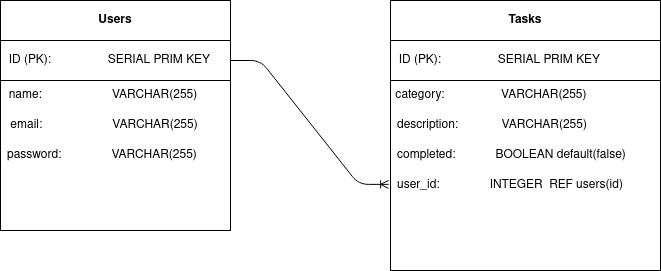
Earlier version of the draw.io export db/schema/Untitled Diagram.png (Justin1002/smartToDoList). Source tidied: cells renumbered, new cells last; positions are measured from the earlier drawing's top-left corner, leaving out a move shared by most shapes.
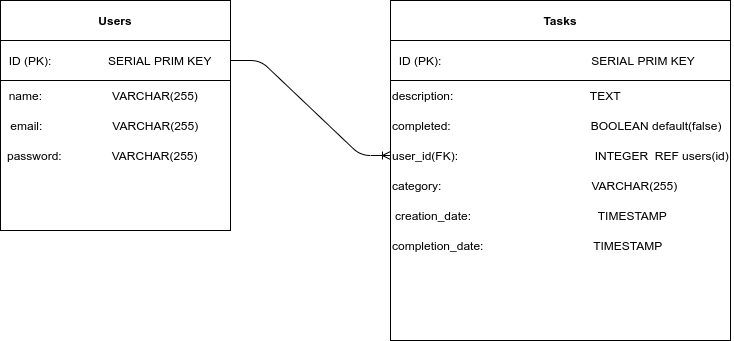
The same file after the commit.

What changed in the source:
```diff
@@ -21,28 +21,34 @@
       <mxGeometry x="5" y="140" width="220" height="30" as="geometry" />
     </mxCell>
     <mxCell id="8" style="whiteSpace=wrap;html=1;" parent="1" vertex="1">
-      <mxGeometry x="390" width="270" height="270" as="geometry" />
+      <mxGeometry x="390" width="340" height="340" as="geometry" />
     </mxCell>
     <mxCell id="9" value="&lt;b&gt;Tasks&lt;/b&gt;" style="text;html=1;fillColor=none;align=center;verticalAlign=middle;whiteSpace=wrap;rounded=0;strokeColor=#000000;" parent="1" vertex="1">
-      <mxGeometry x="390" width="270" height="40" as="geometry" />
+      <mxGeometry x="390" width="340" height="40" as="geometry" />
     </mxCell>
-    <mxCell id="10" value="&lt;div align=&quot;left&quot;&gt;&amp;nbsp; ID (PK):&amp;nbsp;&amp;nbsp;&amp;nbsp;&amp;nbsp;&amp;nbsp;&amp;nbsp;&amp;nbsp;&amp;nbsp;&amp;nbsp;&amp;nbsp;&amp;nbsp;&amp;nbsp;&amp;nbsp;&amp;nbsp;&amp;nbsp;&amp;nbsp; SERIAL PRIM KEY&lt;br&gt;&lt;/div&gt;" style="text;html=1;fillColor=none;align=left;verticalAlign=middle;whiteSpace=wrap;rounded=0;strokeColor=#000000;" parent="1" vertex="1">
-      <mxGeometry x="390" y="40" width="270" height="40" as="geometry" />
+    <mxCell id="10" value="&lt;div align=&quot;left&quot;&gt;&amp;nbsp; ID (PK):&amp;nbsp; &amp;nbsp; &amp;nbsp; &amp;nbsp; &amp;nbsp; &amp;nbsp; &amp;nbsp; &amp;nbsp; &amp;nbsp; &amp;nbsp; &amp;nbsp; &amp;nbsp; &amp;nbsp; &amp;nbsp; &amp;nbsp; &amp;nbsp; &amp;nbsp; &amp;nbsp; &amp;nbsp; &amp;nbsp; &amp;nbsp; &amp;nbsp; &amp;nbsp;SERIAL PRIM KEY&lt;br&gt;&lt;/div&gt;" style="text;html=1;fillColor=none;align=left;verticalAlign=middle;whiteSpace=wrap;rounded=0;strokeColor=#000000;" parent="1" vertex="1">
+      <mxGeometry x="390" y="40" width="340" height="40" as="geometry" />
     </mxCell>
-    <mxCell id="11" value="&amp;nbsp;category:&amp;nbsp;&amp;nbsp;&amp;nbsp;&amp;nbsp;&amp;nbsp;&amp;nbsp;&amp;nbsp;&amp;nbsp;&amp;nbsp;&amp;nbsp;&amp;nbsp;&amp;nbsp;&amp;nbsp;&amp;nbsp;&amp;nbsp;&amp;nbsp; VARCHAR(255)" style="text;html=1;strokeColor=none;fillColor=none;align=left;verticalAlign=middle;whiteSpace=wrap;rounded=0;" parent="1" vertex="1">
-      <mxGeometry x="390" y="80" width="240" height="30" as="geometry" />
-    </mxCell>
-    <mxCell id="12" value="description:&amp;nbsp;&amp;nbsp;&amp;nbsp;&amp;nbsp;&amp;nbsp;&amp;nbsp;&amp;nbsp;&amp;nbsp;&amp;nbsp;&amp;nbsp;&amp;nbsp;&amp;nbsp; VARCHAR(255)" style="text;html=1;strokeColor=none;fillColor=none;align=left;verticalAlign=middle;whiteSpace=wrap;rounded=0;" parent="1" vertex="1">
-      <mxGeometry x="395" y="110" width="235" height="30" as="geometry" />
+    <mxCell id="12" value="description:&amp;nbsp; &amp;nbsp; &amp;nbsp; &amp;nbsp; &amp;nbsp; &amp;nbsp; &amp;nbsp; &amp;nbsp; &amp;nbsp; &amp;nbsp; &amp;nbsp; &amp;nbsp; &amp;nbsp; &amp;nbsp; &amp;nbsp; &amp;nbsp; &amp;nbsp; &amp;nbsp; &amp;nbsp; &amp;nbsp; &amp;nbsp;TEXT" style="text;html=1;strokeColor=none;fillColor=none;align=left;verticalAlign=middle;whiteSpace=wrap;rounded=0;" parent="1" vertex="1">
+      <mxGeometry x="390" y="80" width="335" height="30" as="geometry" />
     </mxCell>
-    <mxCell id="13" value="completed:&amp;nbsp;&amp;nbsp;&amp;nbsp;&amp;nbsp;&amp;nbsp;&amp;nbsp;&amp;nbsp;&amp;nbsp;&amp;nbsp;&amp;nbsp;&amp;nbsp; BOOLEAN default(false)" style="text;html=1;strokeColor=none;fillColor=none;align=left;verticalAlign=middle;whiteSpace=wrap;rounded=0;" parent="1" vertex="1">
-      <mxGeometry x="395" y="140" width="235" height="30" as="geometry" />
+    <mxCell id="13" value="completed:&amp;nbsp; &amp;nbsp; &amp;nbsp; &amp;nbsp; &amp;nbsp; &amp;nbsp; &amp;nbsp; &amp;nbsp; &amp;nbsp; &amp;nbsp; &amp;nbsp; &amp;nbsp; &amp;nbsp; &amp;nbsp; &amp;nbsp; &amp;nbsp; &amp;nbsp; &amp;nbsp; &amp;nbsp; &amp;nbsp; &amp;nbsp; BOOLEAN default(false)" style="text;html=1;strokeColor=none;fillColor=none;align=left;verticalAlign=middle;whiteSpace=wrap;rounded=0;" parent="1" vertex="1">
+      <mxGeometry x="390" y="110" width="335" height="30" as="geometry" />
     </mxCell>
-    <mxCell id="14" value="user_id:&amp;nbsp;&amp;nbsp;&amp;nbsp;&amp;nbsp;&amp;nbsp;&amp;nbsp;&amp;nbsp;&amp;nbsp;&amp;nbsp;&amp;nbsp;&amp;nbsp;&amp;nbsp;&amp;nbsp;&amp;nbsp; INTEGER&amp;nbsp; REF users(id)" style="text;html=1;strokeColor=none;fillColor=none;align=left;verticalAlign=middle;whiteSpace=wrap;rounded=0;" parent="1" vertex="1">
-      <mxGeometry x="395" y="170" width="255" height="30" as="geometry" />
+    <mxCell id="14" value="user_id(FK):&amp;nbsp; &amp;nbsp; &amp;nbsp; &amp;nbsp; &amp;nbsp; &amp;nbsp; &amp;nbsp; &amp;nbsp; &amp;nbsp; &amp;nbsp; &amp;nbsp; &amp;nbsp; &amp;nbsp; &amp;nbsp; &amp;nbsp; &amp;nbsp; &amp;nbsp; &amp;nbsp; &amp;nbsp; &amp;nbsp; &amp;nbsp;INTEGER&amp;nbsp; REF users(id)" style="text;html=1;strokeColor=none;fillColor=none;align=left;verticalAlign=middle;whiteSpace=wrap;rounded=0;" parent="1" vertex="1">
+      <mxGeometry x="390" y="140" width="340" height="30" as="geometry" />
     </mxCell>
-    <mxCell id="15" style="edgeStyle=entityRelationEdgeStyle;fontSize=12;html=1;endArrow=ERoneToMany;exitX=1;exitY=0.5;exitDx=0;exitDy=0;entryX=-0.007;entryY=0.681;entryDx=0;entryDy=0;entryPerimeter=0;" parent="1" edge="1" source="4" target="8">
+    <mxCell id="15" style="edgeStyle=entityRelationEdgeStyle;fontSize=12;html=1;endArrow=ERoneToMany;exitX=1;exitY=0.5;exitDx=0;exitDy=0;entryX=0;entryY=0.5;entryDx=0;entryDy=0;" parent="1" edge="1" source="4" target="14">
       <mxGeometry relative="1" as="geometry" />
     </mxCell>
+    <mxCell id="16" value="creation_date:&amp;nbsp; &amp;nbsp; &amp;nbsp; &amp;nbsp; &amp;nbsp; &amp;nbsp; &amp;nbsp; &amp;nbsp; &amp;nbsp; &amp;nbsp; &amp;nbsp; &amp;nbsp; &amp;nbsp; &amp;nbsp; &amp;nbsp; &amp;nbsp; &amp;nbsp; &amp;nbsp; &amp;nbsp; TIMESTAMP" style="text;html=1;strokeColor=none;fillColor=none;align=left;verticalAlign=middle;whiteSpace=wrap;rounded=0;" parent="1" vertex="1">
+      <mxGeometry x="392.5" y="200" width="340" height="30" as="geometry" />
+    </mxCell>
+    <mxCell id="11" value="category:&amp;nbsp; &amp;nbsp; &amp;nbsp; &amp;nbsp; &amp;nbsp; &amp;nbsp; &amp;nbsp; &amp;nbsp; &amp;nbsp; &amp;nbsp; &amp;nbsp; &amp;nbsp; &amp;nbsp; &amp;nbsp; &amp;nbsp; &amp;nbsp; &amp;nbsp; &amp;nbsp; &amp;nbsp; &amp;nbsp; &amp;nbsp; &amp;nbsp; &amp;nbsp;VARCHAR(255)" style="text;html=1;strokeColor=none;fillColor=none;align=left;verticalAlign=middle;whiteSpace=wrap;rounded=0;" parent="1" vertex="1">
+      <mxGeometry x="390" y="170" width="340" height="30" as="geometry" />
+    </mxCell>
+    <mxCell id="17" value="completion_date:&amp;nbsp; &amp;nbsp; &amp;nbsp; &amp;nbsp; &amp;nbsp; &amp;nbsp; &amp;nbsp; &amp;nbsp; &amp;nbsp; &amp;nbsp; &amp;nbsp; &amp;nbsp; &amp;nbsp; &amp;nbsp; &amp;nbsp; &amp;nbsp; &amp;nbsp;TIMESTAMP" style="text;html=1;strokeColor=none;fillColor=none;align=left;verticalAlign=middle;whiteSpace=wrap;rounded=0;" parent="1" vertex="1">
+      <mxGeometry x="390" y="230" width="340" height="30" as="geometry" />
+    </mxCell>
   </root>
 </mxGraphModel>
```
